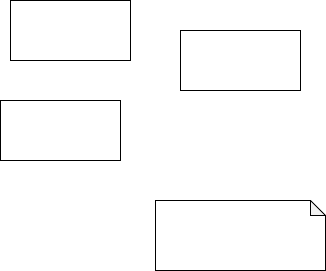
TanHess/SoftwareArchitectureAndDesign keeps this draw.io diagram as Assignment2/Untitled Diagram.drawio.png. Above is the earlier version. Source tidied: cells renumbered, new cells last; positions are measured from the earlier drawing's top-left corner, leaving out a move shared by most shapes. Source of this version:
```xml
<mxGraphModel>
  <root>
    <mxCell id="0" />
    <mxCell id="1" parent="0" />
    <mxCell id="2" style="rounded=0;whiteSpace=wrap;html=1;" parent="1" vertex="1">
      <mxGeometry y="100" width="120" height="60" as="geometry" />
    </mxCell>
    <mxCell id="3" style="rounded=0;whiteSpace=wrap;html=1;" parent="1" vertex="1">
      <mxGeometry x="10" width="120" height="60" as="geometry" />
    </mxCell>
    <mxCell id="4" style="rounded=0;whiteSpace=wrap;html=1;" parent="1" vertex="1">
      <mxGeometry x="180" y="30" width="120" height="60" as="geometry" />
    </mxCell>
    <mxCell id="5" style="shape=note;whiteSpace=wrap;html=1;backgroundOutline=1;darkOpacity=0.05;size=15;" parent="1" vertex="1">
      <mxGeometry x="155" y="200" width="170" height="70" as="geometry" />
    </mxCell>
  </root>
</mxGraphModel>
```
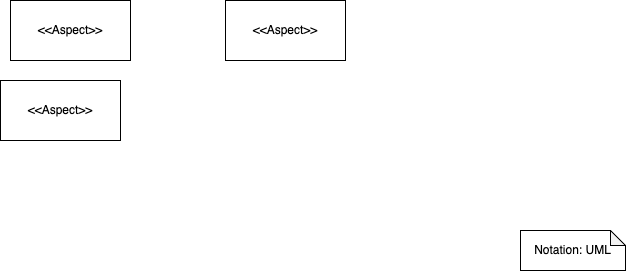
Above is the later version.

The edit, as a diff of the source:
```diff
@@ -2,17 +2,17 @@
   <root>
     <mxCell id="0" />
     <mxCell id="1" parent="0" />
-    <mxCell id="2" style="rounded=0;whiteSpace=wrap;html=1;" parent="1" vertex="1">
-      <mxGeometry y="100" width="120" height="60" as="geometry" />
-    </mxCell>
-    <mxCell id="3" style="rounded=0;whiteSpace=wrap;html=1;" parent="1" vertex="1">
+    <mxCell id="3" value="&amp;lt;&amp;lt;Aspect&amp;gt;&amp;gt;&lt;br&gt;" style="rounded=0;whiteSpace=wrap;html=1;" parent="1" vertex="1">
       <mxGeometry x="10" width="120" height="60" as="geometry" />
     </mxCell>
-    <mxCell id="4" style="rounded=0;whiteSpace=wrap;html=1;" parent="1" vertex="1">
-      <mxGeometry x="180" y="30" width="120" height="60" as="geometry" />
-    </mxCell>
-    <mxCell id="5" style="shape=note;whiteSpace=wrap;html=1;backgroundOutline=1;darkOpacity=0.05;size=15;" parent="1" vertex="1">
-      <mxGeometry x="155" y="200" width="170" height="70" as="geometry" />
+    <mxCell id="5" value="Notation: UML" style="shape=note;whiteSpace=wrap;html=1;backgroundOutline=1;darkOpacity=0.05;size=15;" parent="1" vertex="1">
+      <mxGeometry x="520" y="230" width="105" height="40" as="geometry" />
     </mxCell>
+    <mxCell id="6" value="&amp;lt;&amp;lt;Aspect&amp;gt;&amp;gt;&lt;br&gt;" style="rounded=0;whiteSpace=wrap;html=1;" parent="1" vertex="1">
+      <mxGeometry y="80" width="120" height="60" as="geometry" />
+    </mxCell>
+    <mxCell id="7" value="&amp;lt;&amp;lt;Aspect&amp;gt;&amp;gt;&lt;br&gt;" style="rounded=0;whiteSpace=wrap;html=1;" parent="1" vertex="1">
+      <mxGeometry x="225" width="120" height="60" as="geometry" />
+    </mxCell>
   </root>
 </mxGraphModel>
```
